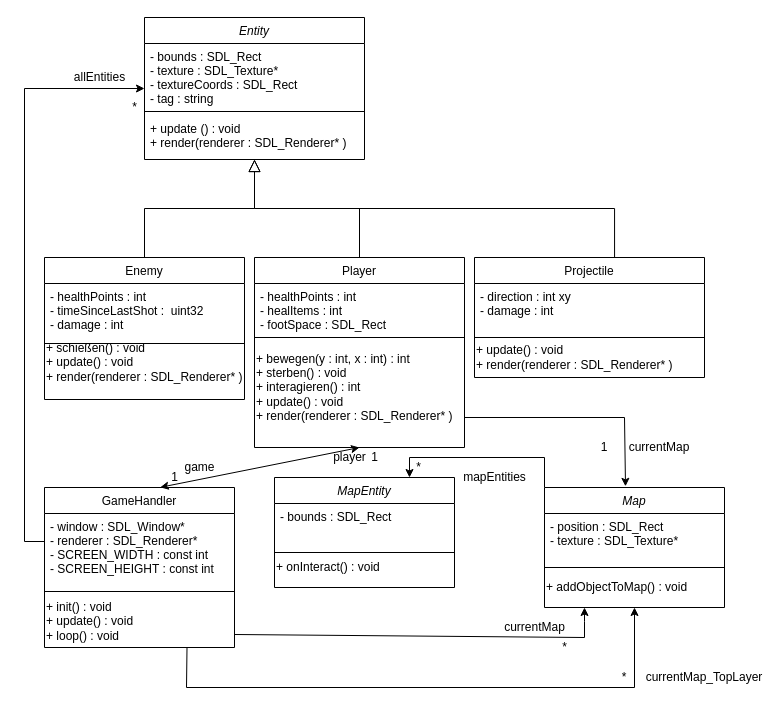
Above: findetKevin/FindetKelvin.drawio in Joris-debug/FindetKevin (draw.io), before the change. Source tidied: cells renumbered, new cells numbered last; positions are measured from the earlier drawing's top-left corner, leaving out a move shared by most shapes. Both pictures are drawn from the tidied source at 100%, with x=0, y=0 at pixel (24, 17).
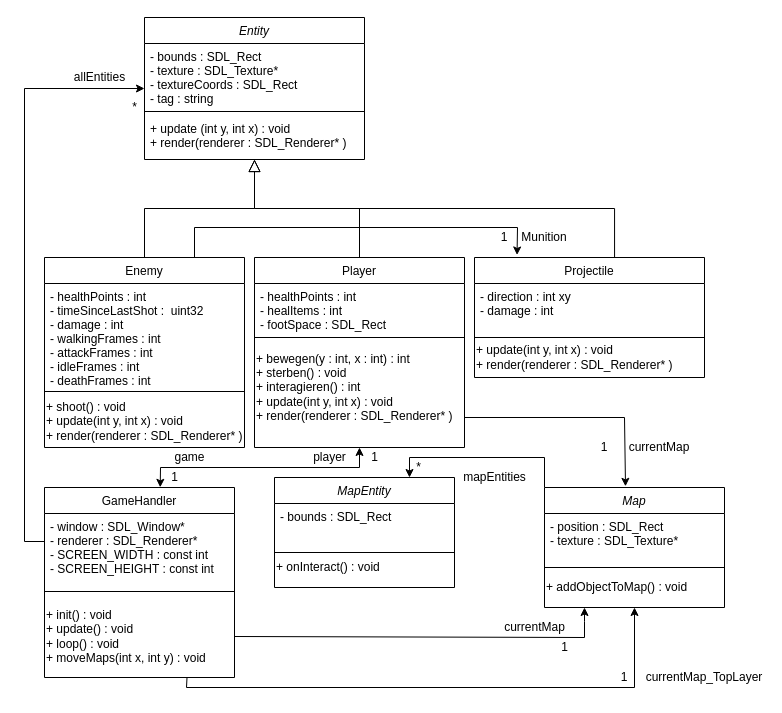
After the change.

Unchanged cells that the change refers to:
```xml
<mxCell id="5" value="Entity" style="swimlane;fontStyle=2;align=center;verticalAlign=top;horizontal=1;startSize=26;rounded=0;shadow=0;strokeWidth=1;" parent="1" vertex="1">
  <mxGeometry x="120" width="220" height="142" as="geometry" />
</mxCell>
<mxCell id="13" value="Player" style="swimlane;fontStyle=0;align=center;verticalAlign=top;horizontal=1;startSize=26;rounded=0;shadow=0;strokeWidth=1;" parent="1" vertex="1">
  <mxGeometry x="230" y="240" width="210" height="190" as="geometry" />
</mxCell>
<mxCell id="17" value="Projectile" style="swimlane;fontStyle=0;align=center;verticalAlign=top;horizontal=1;startSize=26;rounded=0;shadow=0;strokeWidth=1;" parent="1" vertex="1">
  <mxGeometry x="450" y="240" width="230" height="120" as="geometry" />
</mxCell>
```

Change to the diagram source:
```diff
@@
-    <mxCell id="8" value="+ update () : void&#10;+ render(renderer : SDL_Renderer* )" style="text;align=left;verticalAlign=top;spacingLeft=4;spacingRight=4;overflow=hidden;" parent="5" vertex="1">
+    <mxCell id="8" value="+ update (int y, int x) : void&#10;+ render(renderer : SDL_Renderer* )" style="text;align=left;verticalAlign=top;spacingLeft=4;spacingRight=4;overflow=hidden;" parent="5" vertex="1">
       <mxGeometry y="98" width="220" height="44" as="geometry" />
     </mxCell>
     <mxCell id="9" value="Enemy" style="swimlane;fontStyle=0;align=center;verticalAlign=top;horizontal=1;startSize=26;rounded=0;shadow=0;strokeWidth=1;" parent="1" vertex="1">
-      <mxGeometry x="20" y="240" width="200" height="142" as="geometry" />
+      <mxGeometry x="20" y="240" width="200" height="190" as="geometry" />
     </mxCell>
-    <mxCell id="10" value="- healthPoints : int&#10;- timeSinceLastShot :  uint32&#10;- damage : int" style="text;align=left;verticalAlign=top;spacingLeft=4;spacingRight=4;overflow=hidden;" parent="9" vertex="1">
-      <mxGeometry y="26" width="200" height="56" as="geometry" />
+    <mxCell id="10" value="- healthPoints : int&#10;- timeSinceLastShot :  uint32&#10;- damage : int&#10;- walkingFrames : int&#10;- attackFrames : int&#10;- idleFrames : int&#10;- deathFrames : int&#10;&#10;" style="text;align=left;verticalAlign=top;spacingLeft=4;spacingRight=4;overflow=hidden;" parent="9" vertex="1">
+      <mxGeometry y="26" width="200" height="104" as="geometry" />
     </mxCell>
     <mxCell id="11" style="line;html=1;strokeWidth=1;align=left;verticalAlign=middle;spacingTop=-1;spacingLeft=3;spacingRight=3;labelPosition=right;" parent="9" vertex="1">
-      <mxGeometry y="82" width="200" height="8" as="geometry" />
+      <mxGeometry y="130" width="200" height="8" as="geometry" />
     </mxCell>
-    <mxCell id="12" value="+ schießen() : void&lt;br&gt;+ update() : void&lt;br&gt;+&amp;nbsp;&lt;span&gt;render(renderer : SDL_Renderer* )&lt;/span&gt;" style="text;html=1;strokeColor=none;fillColor=none;align=left;verticalAlign=middle;whiteSpace=wrap;rounded=0;" parent="9" vertex="1">
-      <mxGeometry y="90" width="200" height="30" as="geometry" />
+    <mxCell id="12" value="+ shoot() : void&lt;br&gt;+ update(int y, int x) : void&lt;br&gt;+&amp;nbsp;&lt;span&gt;render(renderer : SDL_Renderer* )&lt;/span&gt;" style="text;html=1;strokeColor=none;fillColor=none;align=left;verticalAlign=middle;whiteSpace=wrap;rounded=0;" parent="9" vertex="1">
+      <mxGeometry y="138" width="200" height="52" as="geometry" />
     </mxCell>
@@
-    <mxCell id="16" value="+ bewegen(y : int, x : int) : int&lt;br&gt;+ sterben() : void&lt;br&gt;+ interagieren() : int&lt;br&gt;+ update() : void&lt;br&gt;+&amp;nbsp;&lt;span&gt;render(renderer : SDL_Renderer* )&lt;/span&gt;" style="text;html=1;strokeColor=none;fillColor=none;align=left;verticalAlign=middle;whiteSpace=wrap;rounded=0;" parent="13" vertex="1">
+    <mxCell id="16" value="+ bewegen(y : int, x : int) : int&lt;br&gt;+ sterben() : void&lt;br&gt;+ interagieren() : int&lt;br&gt;+ update(int y, int x) : void&lt;br&gt;+&amp;nbsp;&lt;span&gt;render(renderer : SDL_Renderer* )&lt;/span&gt;" style="text;html=1;strokeColor=none;fillColor=none;align=left;verticalAlign=middle;whiteSpace=wrap;rounded=0;" parent="13" vertex="1">
       <mxGeometry y="90" width="210" height="80" as="geometry" />
     </mxCell>
@@
-    <mxCell id="20" value="+ update() : void&lt;br&gt;&lt;span&gt;+ render(renderer : SDL_Renderer* )&lt;/span&gt;" style="text;html=1;strokeColor=none;fillColor=none;align=left;verticalAlign=middle;whiteSpace=wrap;rounded=0;" parent="17" vertex="1">
+    <mxCell id="20" value="+ update(int y, int x) : void&lt;br&gt;&lt;span&gt;+ render(renderer : SDL_Renderer* )&lt;/span&gt;" style="text;html=1;strokeColor=none;fillColor=none;align=left;verticalAlign=middle;whiteSpace=wrap;rounded=0;" parent="17" vertex="1">
       <mxGeometry y="90" width="230" height="20" as="geometry" />
     </mxCell>
     <mxCell id="21" value="GameHandler" style="swimlane;fontStyle=0;align=center;verticalAlign=top;horizontal=1;startSize=26;rounded=0;shadow=0;strokeWidth=1;" parent="1" vertex="1">
-      <mxGeometry x="20" y="470" width="190" height="160" as="geometry" />
+      <mxGeometry x="20" y="470" width="190" height="190" as="geometry" />
     </mxCell>
@@
-    <mxCell id="24" value="+ init() : void&lt;br&gt;+ update() : void&lt;br&gt;+ loop() : void" style="text;html=1;strokeColor=none;fillColor=none;align=left;verticalAlign=middle;whiteSpace=wrap;rounded=0;" parent="21" vertex="1">
-      <mxGeometry y="108" width="190" height="52" as="geometry" />
+    <mxCell id="24" value="+ init() : void&lt;br&gt;+ update() : void&lt;br&gt;+ loop() : void&lt;br&gt;+ moveMaps(int x, int y) : void" style="text;html=1;strokeColor=none;fillColor=none;align=left;verticalAlign=middle;whiteSpace=wrap;rounded=0;" parent="21" vertex="1">
+      <mxGeometry y="108" width="190" height="82" as="geometry" />
     </mxCell>
     <mxCell id="25" style="endArrow=classic;html=1;rounded=0;exitX=0.609;exitY=-0.001;exitDx=0;exitDy=0;exitPerimeter=0;entryX=0.5;entryY=1;entryDx=0;entryDy=0;startArrow=classic;startFill=1;" parent="1" edge="1" source="21" target="13">
-      <mxGeometry relative="1" as="geometry" />
+      <mxGeometry relative="1" as="geometry">
+        <Array as="points">
+          <mxPoint x="136" y="450" />
+          <mxPoint x="335" y="450" />
+        </Array>
+      </mxGeometry>
     </mxCell>
@@
-    <mxCell id="39" style="endArrow=classic;html=1;rounded=0;exitX=1;exitY=0.75;exitDx=0;exitDy=0;" parent="1" edge="1" source="24">
+    <mxCell id="39" style="endArrow=classic;html=1;rounded=0;exitX=1;exitY=0.5;exitDx=0;exitDy=0;" parent="1" edge="1" source="24">
       <mxGeometry relative="1" as="geometry">
         <mxPoint x="560" y="590" as="targetPoint" />
         <Array as="points">
           <mxPoint x="560" y="620" />
           <mxPoint x="560" y="604" />
         </Array>
       </mxGeometry>
     </mxCell>
@@
     <mxCell id="42" value="player" style="text;html=1;align=center;verticalAlign=middle;strokeColor=none;fillColor=none;" parent="1" vertex="1">
-      <mxGeometry x="300" y="430" width="50" height="20" as="geometry" />
+      <mxGeometry x="280" y="430" width="50" height="20" as="geometry" />
     </mxCell>
     <mxCell id="43" value="game" style="text;html=1;align=center;verticalAlign=middle;strokeColor=none;fillColor=none;" parent="1" vertex="1">
-      <mxGeometry x="150" y="440" width="50" height="20" as="geometry" />
+      <mxGeometry x="140" y="430" width="50" height="20" as="geometry" />
     </mxCell>
@@
-    <mxCell id="45" value="*" style="text;html=1;align=center;verticalAlign=middle;strokeColor=none;fillColor=none;" parent="1" vertex="1">
+    <mxCell id="45" value="1" style="text;html=1;align=center;verticalAlign=middle;strokeColor=none;fillColor=none;" parent="1" vertex="1">
       <mxGeometry x="530" y="620" width="20" height="20" as="geometry" />
     </mxCell>
@@
-    <mxCell id="49" value="*" style="text;html=1;strokeColor=none;fillColor=none;align=center;verticalAlign=middle;whiteSpace=wrap;rounded=0;" parent="1" vertex="1">
+    <mxCell id="49" value="1" style="text;html=1;strokeColor=none;fillColor=none;align=center;verticalAlign=middle;whiteSpace=wrap;rounded=0;" parent="1" vertex="1">
       <mxGeometry x="580" y="650" width="40" height="20" as="geometry" />
     </mxCell>
@@
+    <mxCell id="53" style="endArrow=classic;html=1;entryX=0.185;entryY=-0.021;entryDx=0;entryDy=0;entryPerimeter=0;exitX=0.75;exitY=0;exitDx=0;exitDy=0;rounded=0;" parent="1" edge="1" source="9" target="17">
+      <mxGeometry relative="1" as="geometry">
+        <Array as="points">
+          <mxPoint x="170" y="210" />
+          <mxPoint x="493" y="210" />
+        </Array>
+      </mxGeometry>
+    </mxCell>
+    <mxCell id="54" value="Munition" style="text;html=1;strokeColor=none;fillColor=none;align=center;verticalAlign=middle;whiteSpace=wrap;rounded=0;" parent="1" vertex="1">
+      <mxGeometry x="500" y="210" width="40" height="20" as="geometry" />
+    </mxCell>
+    <mxCell id="55" value="1" style="text;html=1;strokeColor=none;fillColor=none;align=center;verticalAlign=middle;whiteSpace=wrap;rounded=0;" parent="1" vertex="1">
+      <mxGeometry x="460" y="210" width="40" height="20" as="geometry" />
+    </mxCell>
```
